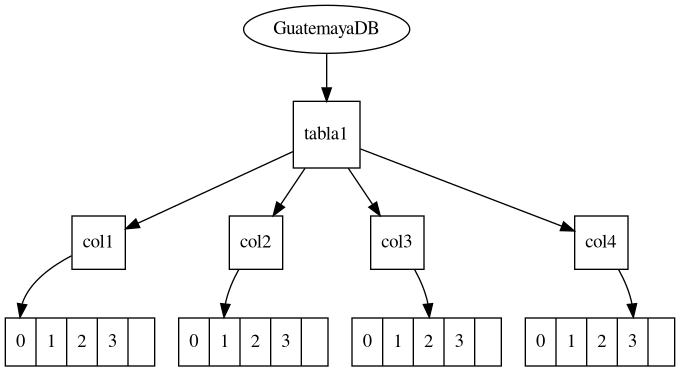
Earlier version of the Graphviz export tablas.png (Yeferal/EstructuraDBGT). Its source is kept beside it as tablas.dot. Source of this version:
```dot
digraph G {
GuatemayaDB ->tabla1;
"tabla1col1"[label="col1"];
tabla1->tabla1col1;
tabla1col1[ shape=square];
node [shape=record];
nodetabla1col1[label = "<f1> 0 | <f2> 1 | <f3> 2 | <f4> 3 |"]
tabla1col1 -> nodetabla1col1:f1;
"tabla1col2"[label="col2"];
tabla1->tabla1col2;
tabla1col2[ shape=square];
node [shape=record];
nodetabla1col2[label = "<f1> 0 | <f2> 1 | <f3> 2 | <f4> 3 |"]
tabla1col2 -> nodetabla1col2:f2;
"tabla1col3"[label="col3"];
tabla1->tabla1col3;
tabla1col3[ shape=square];
node [shape=record];
nodetabla1col3[label = "<f1> 0 | <f2> 1 | <f3> 2 | <f4> 3 |"]
tabla1col3 -> nodetabla1col3:f3;
"tabla1col4"[label="col4"];
tabla1->tabla1col4;
tabla1col4[ shape=square];
node [shape=record];
nodetabla1col4[label = "<f1> 0 | <f2> 1 | <f3> 2 | <f4> 3 |"]
tabla1col4 -> nodetabla1col4:f4;
tabla1[ shape=square];
}
```
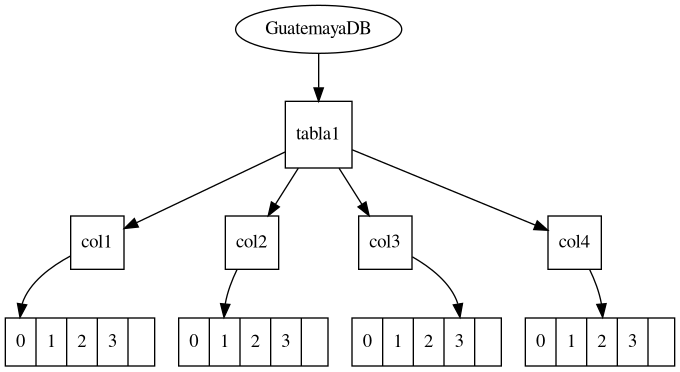
The same diagram one commit later.

What changed in the source:
```diff
@@ -17,12 +17,12 @@
 tabla1col3[ shape=square];
 node [shape=record];
 nodetabla1col3[label = "<f1> 0 | <f2> 1 | <f3> 2 | <f4> 3 |"]
-tabla1col3 -> nodetabla1col3:f3;
+tabla1col3 -> nodetabla1col3:f4;
 "tabla1col4"[label="col4"];
 tabla1->tabla1col4;
 tabla1col4[ shape=square];
 node [shape=record];
 nodetabla1col4[label = "<f1> 0 | <f2> 1 | <f3> 2 | <f4> 3 |"]
-tabla1col4 -> nodetabla1col4:f4;
+tabla1col4 -> nodetabla1col4:f3;
 tabla1[ shape=square];
 }
```
